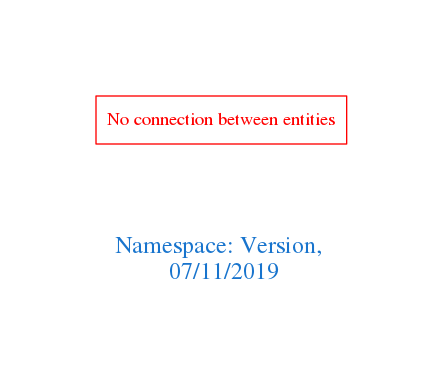
Above: downloads/Version.png in arago/OGIT (Graphviz), before the change. Its source is kept beside it as downloads/Version.dot.
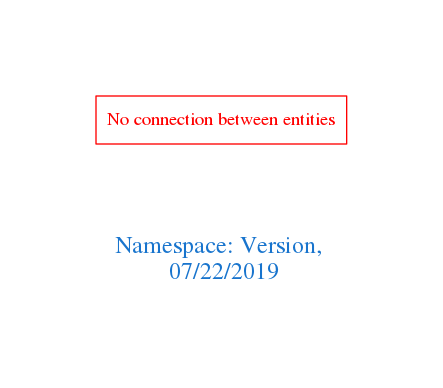
The same file after the commit.

Change to the diagram source:
```diff
@@ -1,7 +1,7 @@
 digraph OGIT_ontology {
  graph [ rankdir= LR,pad=1
 fontsize = 18,
-fontcolor= dodgerblue3,label = "\n\n\nNamespace: Version, \n 07/11/2019"];
+fontcolor= dodgerblue3,label = "\n\n\nNamespace: Version, \n 07/22/2019"];
 node[shape=polygon];
 edge [  color="gray81"];
 
```
